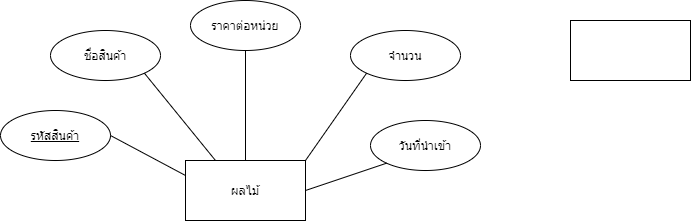
The draw.io diagram ER-Diagram-Fruit-Stock.drawio.png in billowdev/pos-fruit-stock-window-form-app, before a commit. Source tidied: cells renumbered, new cells last; positions are measured from the earlier drawing's top-left corner, leaving out a move shared by most shapes.
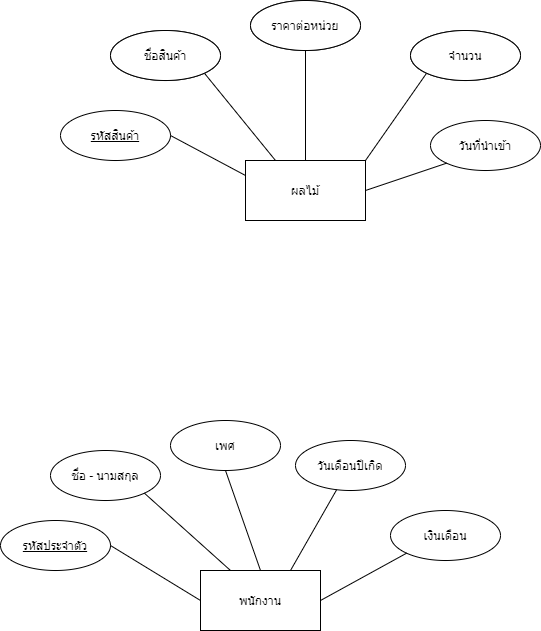
After the change.

Commit message:
Add Employee Entity

Diff of the diagram source:
```diff
@@ -5,8 +5,8 @@
     <mxCell id="2" value="ผลไม้" style="rounded=0;whiteSpace=wrap;html=1;" parent="1" vertex="1">
       <mxGeometry x="185" y="160" width="120" height="60" as="geometry" />
     </mxCell>
-    <mxCell id="3" style="rounded=0;whiteSpace=wrap;html=1;" parent="1" vertex="1">
-      <mxGeometry x="570" y="20" width="120" height="60" as="geometry" />
+    <mxCell id="3" value="พนักงาน" style="rounded=0;whiteSpace=wrap;html=1;" parent="1" vertex="1">
+      <mxGeometry x="140" y="570" width="120" height="60" as="geometry" />
     </mxCell>
     <mxCell id="4" value="ชื่อสินค้า" style="ellipse;whiteSpace=wrap;html=1;" parent="1" vertex="1">
       <mxGeometry x="50" y="30" width="110" height="50" as="geometry" />
@@ -38,5 +38,47 @@
     <mxCell id="13" style="endArrow=none;html=1;rounded=0;entryX=0;entryY=1;entryDx=0;entryDy=0;exitX=1;exitY=0.5;exitDx=0;exitDy=0;" parent="1" edge="1" source="2" target="7">
       <mxGeometry relative="1" as="geometry" />
     </mxCell>
+    <mxCell id="14" value="&lt;u&gt;รหัสประจำตัว&lt;/u&gt;" style="ellipse;whiteSpace=wrap;html=1;" parent="1" vertex="1">
+      <mxGeometry x="-60" y="520" width="110" height="50" as="geometry" />
+    </mxCell>
+    <mxCell id="15" style="edgeStyle=orthogonalEdgeStyle;rounded=0;orthogonalLoop=1;jettySize=auto;html=1;exitX=0.5;exitY=1;exitDx=0;exitDy=0;" parent="1" edge="1" source="14" target="14">
+      <mxGeometry relative="1" as="geometry" />
+    </mxCell>
+    <mxCell id="16" value="ชื่อสินค้า" style="ellipse;whiteSpace=wrap;html=1;" parent="1" vertex="1">
+      <mxGeometry x="50" y="30" width="110" height="50" as="geometry" />
+    </mxCell>
+    <mxCell id="17" value="ราคาต่อหน่วย" style="ellipse;whiteSpace=wrap;html=1;" parent="1" vertex="1">
+      <mxGeometry x="190" width="110" height="50" as="geometry" />
+    </mxCell>
+    <mxCell id="18" value="จำนวน" style="ellipse;whiteSpace=wrap;html=1;" parent="1" vertex="1">
+      <mxGeometry x="350" y="30" width="110" height="50" as="geometry" />
+    </mxCell>
+    <mxCell id="19" value="ชื่อ - นามสกุล" style="ellipse;whiteSpace=wrap;html=1;" parent="1" vertex="1">
+      <mxGeometry x="-10" y="450" width="110" height="50" as="geometry" />
+    </mxCell>
+    <mxCell id="20" value="วันเดือนปีเกิด" style="ellipse;whiteSpace=wrap;html=1;" parent="1" vertex="1">
+      <mxGeometry x="235" y="440" width="110" height="50" as="geometry" />
+    </mxCell>
+    <mxCell id="21" value="เงินเดือน" style="ellipse;whiteSpace=wrap;html=1;" parent="1" vertex="1">
+      <mxGeometry x="330" y="510" width="110" height="50" as="geometry" />
+    </mxCell>
+    <mxCell id="22" style="endArrow=none;html=1;rounded=0;exitX=0.75;exitY=0;exitDx=0;exitDy=0;" parent="1" edge="1" source="3" target="20">
+      <mxGeometry relative="1" as="geometry" />
+    </mxCell>
+    <mxCell id="23" style="endArrow=none;html=1;rounded=0;entryX=0;entryY=1;entryDx=0;entryDy=0;exitX=1;exitY=0.5;exitDx=0;exitDy=0;" parent="1" edge="1" source="3" target="21">
+      <mxGeometry relative="1" as="geometry" />
+    </mxCell>
+    <mxCell id="24" style="endArrow=none;html=1;rounded=0;exitX=0.25;exitY=0;exitDx=0;exitDy=0;entryX=1;entryY=1;entryDx=0;entryDy=0;" parent="1" edge="1" source="3" target="19">
+      <mxGeometry relative="1" as="geometry" />
+    </mxCell>
+    <mxCell id="25" value="เพศ" style="ellipse;whiteSpace=wrap;html=1;" parent="1" vertex="1">
+      <mxGeometry x="110" y="420" width="110" height="50" as="geometry" />
+    </mxCell>
+    <mxCell id="26" style="endArrow=none;html=1;rounded=0;entryX=1;entryY=0.5;entryDx=0;entryDy=0;exitX=0;exitY=0.5;exitDx=0;exitDy=0;" parent="1" edge="1" source="3" target="14">
+      <mxGeometry relative="1" as="geometry" />
+    </mxCell>
+    <mxCell id="27" style="endArrow=none;html=1;rounded=0;exitX=0.5;exitY=0;exitDx=0;exitDy=0;entryX=0.5;entryY=1;entryDx=0;entryDy=0;" parent="1" edge="1" source="3" target="25">
+      <mxGeometry relative="1" as="geometry" />
+    </mxCell>
   </root>
 </mxGraphModel>
```
